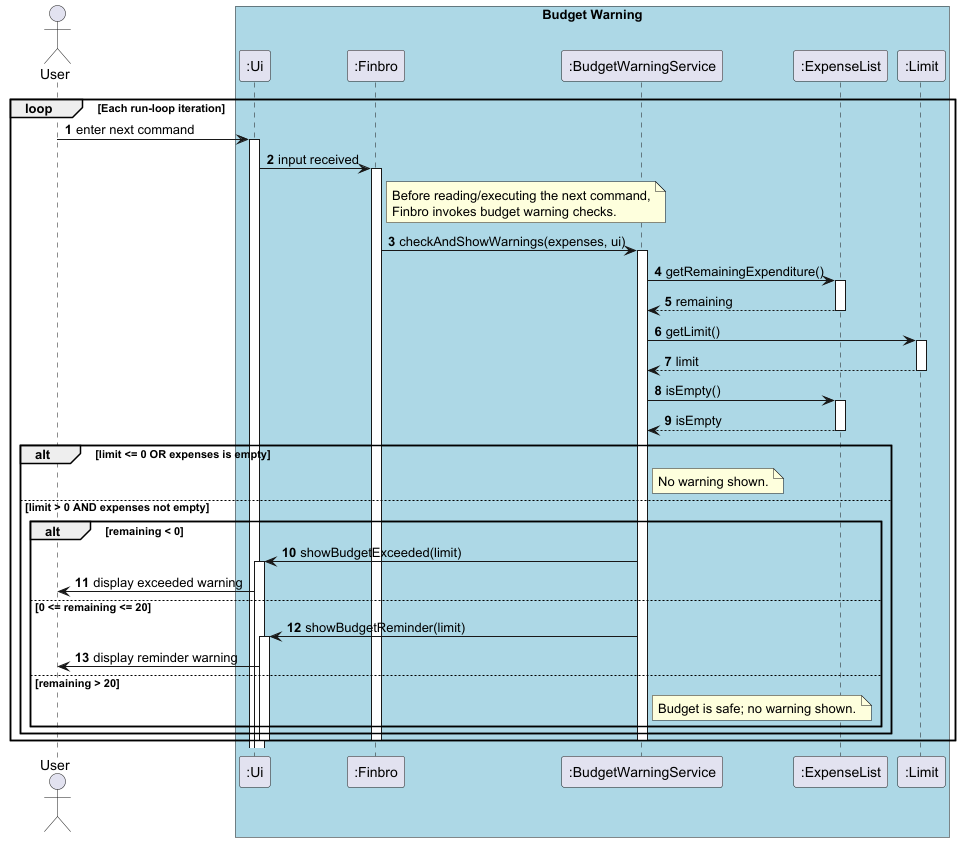
Before: docs/UML_diagrams/images/BudgetWarningService.png, a diagram exported from PlantUML (Kushalshah0402/tp).
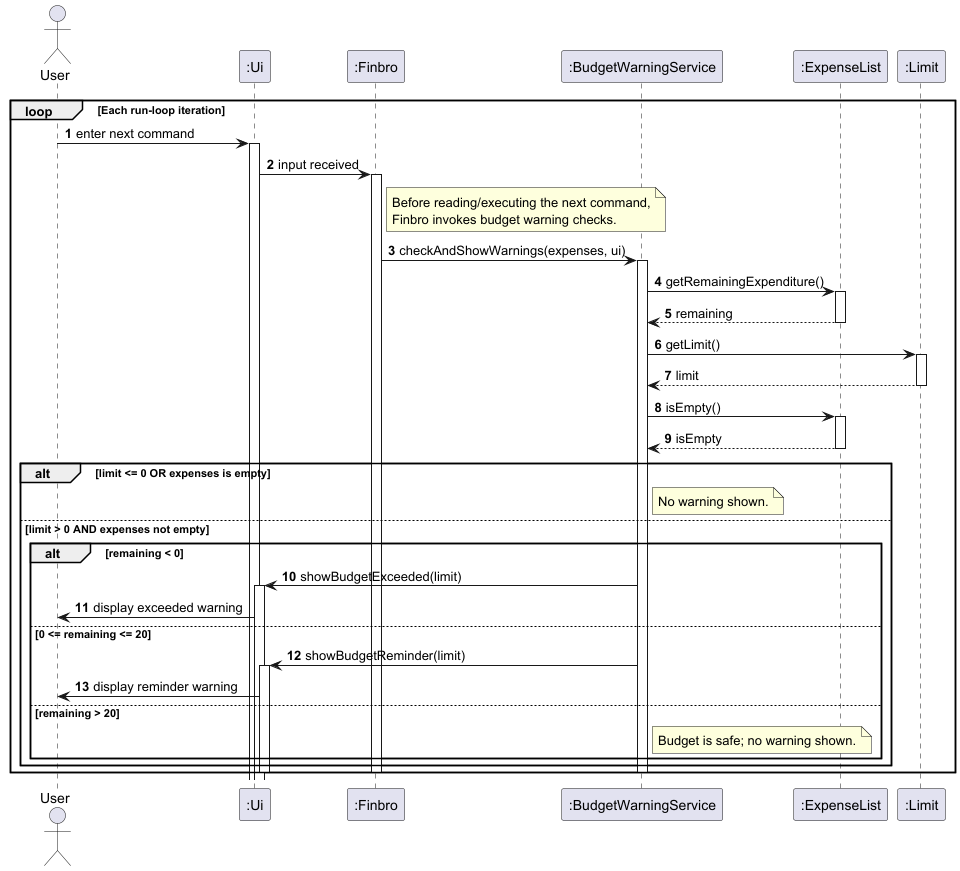
The same file after the commit.

Change to the diagram source:
```diff
@@ -1,13 +1,11 @@
 @startuml BudgetWarningService
 actor User
 
-box "Budget Warning" #LightBlue
 participant ":Ui"
 participant ":Finbro"
 participant ":BudgetWarningService"
 participant ":ExpenseList"
 participant ":Limit"
-end box
 
 autonumber
 
```
